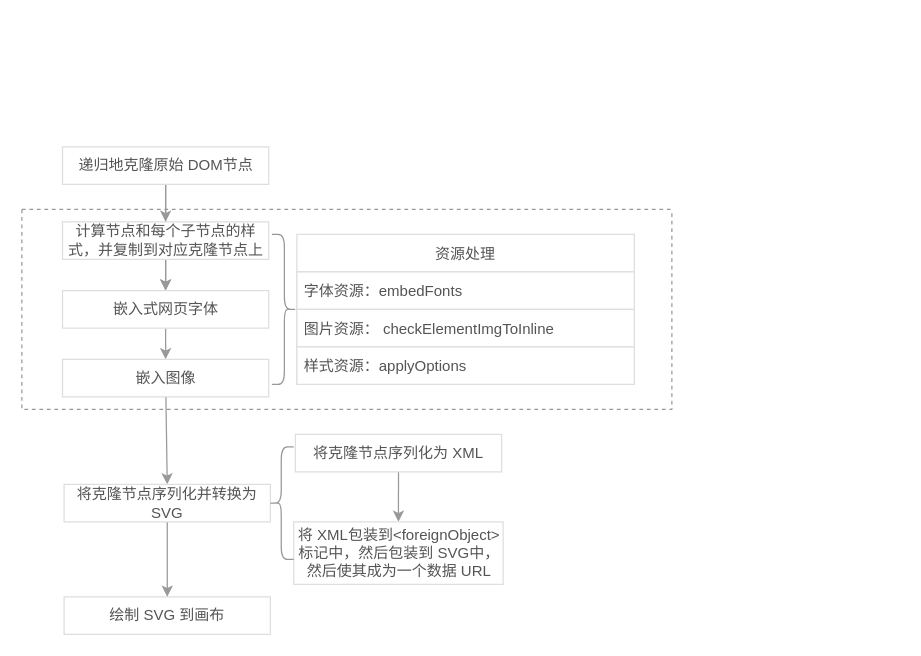
Above: flow-chart.drawio in huangjihua/ts-dom-to-image (draw.io), before the change. Source tidied: cells renumbered, new cells numbered last; positions are measured from the earlier drawing's top-left corner, leaving out a move shared by most shapes. Both pictures are drawn from the tidied source at 125%, with x=0, y=0 at pixel (21, 146).
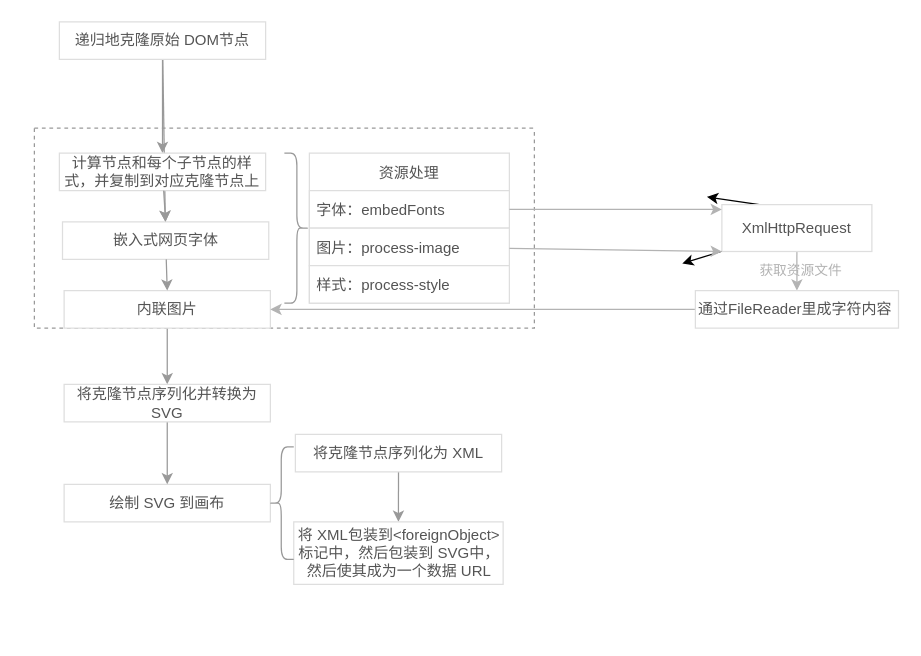
The same diagram, later.

Commit message:
fix： 更新flow-chart

Diff of the diagram source:
```diff
@@
     <mxCell id="4" value="递归地克隆原始 DOM节点" style="rounded=0;whiteSpace=wrap;fillColor=#FFFFFF;strokeColor=#DEDEDE;fontColor=#545454;shadow=0;gradientColor=none;imageAspect=1;" parent="1" vertex="1">
-      <mxGeometry x="32.5" width="165" height="30" as="geometry" />
+      <mxGeometry x="30" y="-100" width="165" height="30" as="geometry" />
     </mxCell>
-    <mxCell id="5" style="edgeStyle=none;html=1;strokeColor=#999999;entryX=0.5;entryY=0;entryDx=0;entryDy=0;shadow=0;" parent="1" edge="1" source="6" target="9">
-      <mxGeometry relative="1" as="geometry" />
-    </mxCell>
-    <mxCell id="6" value="计算节点和每个子节点的样式，并复制到对应克隆节点上" style="rounded=0;whiteSpace=wrap;fillColor=#FFFFFF;strokeColor=#DEDEDE;fontColor=#545454;shadow=0;" parent="1" vertex="1">
-      <mxGeometry x="32.5" y="60" width="165" height="30" as="geometry" />
-    </mxCell>
     <mxCell id="7" value="绘制 SVG 到画布" style="rounded=0;whiteSpace=wrap;html=1;fillColor=#FFFFFF;strokeColor=#DEDEDE;fontColor=#545454;shadow=0;" parent="1" vertex="1">
-      <mxGeometry x="33.8" y="360" width="165" height="30" as="geometry" />
+      <mxGeometry x="33.8" y="270" width="165" height="30" as="geometry" />
     </mxCell>
-    <mxCell id="8" style="edgeStyle=none;html=1;strokeColor=#999999;entryX=0.5;entryY=0;entryDx=0;entryDy=0;shadow=0;" parent="1" edge="1" source="9" target="11">
-      <mxGeometry relative="1" as="geometry" />
-    </mxCell>
-    <mxCell id="9" value="嵌入式网页字体" style="rounded=0;whiteSpace=wrap;fillColor=#FFFFFF;strokeColor=#DEDEDE;fontColor=#545454;html=1;shadow=0;" parent="1" vertex="1">
-      <mxGeometry x="32.5" y="115" width="165" height="30" as="geometry" />
-    </mxCell>
@@
-    <mxCell id="11" value="嵌入图像" style="rounded=0;whiteSpace=wrap;fillColor=#FFFFFF;strokeColor=#DEDEDE;fontColor=#545454;html=1;shadow=0;" parent="1" vertex="1">
-      <mxGeometry x="32.5" y="170" width="165" height="30" as="geometry" />
-    </mxCell>
@@
     <mxCell id="13" value="将克隆节点序列化并转换为 SVG" style="rounded=0;whiteSpace=wrap;fillColor=#FFFFFF;strokeColor=#DEDEDE;fontColor=#545454;html=1;shadow=0;" parent="1" vertex="1">
-      <mxGeometry x="33.8" y="270" width="165" height="30" as="geometry" />
+      <mxGeometry x="33.8" y="190" width="165" height="30" as="geometry" />
     </mxCell>
     <mxCell id="14" style="swimlane;startSize=0;strokeColor=#999999;html=1;dashed=1;shadow=0;" parent="1" vertex="1">
-      <mxGeometry y="50" width="520" height="160" as="geometry" />
+      <mxGeometry x="10" y="-15" width="400" height="160" as="geometry" />
     </mxCell>
     <mxCell id="15" value="资源处理" style="swimlane;fontStyle=0;horizontal=1;startSize=30;fillColor=#FFFFFF;strokeColor=#DEDEDE;fontColor=#545454;shadow=0;" parent="14" vertex="1">
-      <mxGeometry x="220" y="20" width="270" height="120" as="geometry" />
+      <mxGeometry x="220" y="20" width="160" height="120" as="geometry" />
     </mxCell>
-    <mxCell id="16" value="字体资源：embedFonts" style="text;fillColor=#FFFFFF;align=left;verticalAlign=middle;spacingLeft=4;spacingRight=4;overflow=hidden;points=[[0,0.5],[1,0.5]];portConstraint=eastwest;strokeColor=#DEDEDE;fontColor=#545454;shadow=0;" parent="15" vertex="1">
-      <mxGeometry y="30" width="270" height="30" as="geometry" />
+    <mxCell id="16" value="字体：embedFonts" style="text;fillColor=#FFFFFF;align=left;verticalAlign=middle;spacingLeft=4;spacingRight=4;overflow=hidden;points=[[0,0.5],[1,0.5]];portConstraint=eastwest;strokeColor=#DEDEDE;fontColor=#545454;shadow=0;" parent="15" vertex="1">
+      <mxGeometry y="30" width="160" height="30" as="geometry" />
     </mxCell>
-    <mxCell id="17" value="图片资源： checkElementImgToInline" style="text;fillColor=#FFFFFF;align=left;verticalAlign=middle;spacingLeft=4;spacingRight=4;overflow=hidden;points=[[0,0.5],[1,0.5]];portConstraint=eastwest;strokeColor=#DEDEDE;fontColor=#545454;shadow=0;" parent="15" vertex="1">
-      <mxGeometry y="60" width="270" height="30" as="geometry" />
+    <mxCell id="17" value="图片：process-image" style="text;fillColor=#FFFFFF;align=left;verticalAlign=middle;spacingLeft=4;spacingRight=4;overflow=hidden;points=[[0,0.5],[1,0.5]];portConstraint=eastwest;strokeColor=#DEDEDE;fontColor=#545454;shadow=0;" parent="15" vertex="1">
+      <mxGeometry y="60" width="160" height="30" as="geometry" />
     </mxCell>
-    <mxCell id="18" value="样式资源：applyOptions" style="text;fillColor=#FFFFFF;align=left;verticalAlign=middle;spacingLeft=4;spacingRight=4;overflow=hidden;strokeColor=#DEDEDE;fontColor=#545454;shadow=0;" parent="15" vertex="1">
-      <mxGeometry y="90" width="270" height="30" as="geometry" />
+    <mxCell id="18" value="样式：process-style" style="text;fillColor=#FFFFFF;align=left;verticalAlign=middle;spacingLeft=4;spacingRight=4;overflow=hidden;strokeColor=#DEDEDE;fontColor=#545454;shadow=0;" parent="15" vertex="1">
+      <mxGeometry y="90" width="160" height="30" as="geometry" />
     </mxCell>
@@
+    <mxCell id="6" value="计算节点和每个子节点的样式，并复制到对应克隆节点上" style="rounded=0;whiteSpace=wrap;fillColor=#FFFFFF;strokeColor=#DEDEDE;fontColor=#545454;shadow=0;" parent="14" vertex="1">
+      <mxGeometry x="20" y="20" width="165" height="30" as="geometry" />
+    </mxCell>
+    <mxCell id="9" value="嵌入式网页字体" style="rounded=0;whiteSpace=wrap;fillColor=#FFFFFF;strokeColor=#DEDEDE;fontColor=#545454;html=1;shadow=0;" parent="14" vertex="1">
+      <mxGeometry x="22.5" y="75" width="165" height="30" as="geometry" />
+    </mxCell>
+    <mxCell id="5" style="edgeStyle=none;html=1;strokeColor=#999999;entryX=0.5;entryY=0;entryDx=0;entryDy=0;shadow=0;" parent="14" edge="1" source="6" target="9">
+      <mxGeometry relative="1" as="geometry" />
+    </mxCell>
+    <mxCell id="11" value="内联图片" style="rounded=0;whiteSpace=wrap;fillColor=#FFFFFF;strokeColor=#DEDEDE;fontColor=#545454;html=1;shadow=0;" parent="14" vertex="1">
+      <mxGeometry x="23.8" y="130" width="165" height="30" as="geometry" />
+    </mxCell>
+    <mxCell id="8" style="edgeStyle=none;html=1;strokeColor=#999999;entryX=0.5;entryY=0;entryDx=0;entryDy=0;shadow=0;" parent="14" edge="1" source="9" target="11">
+      <mxGeometry relative="1" as="geometry" />
+    </mxCell>
@@
+    <mxCell id="24" style="edgeStyle=none;html=1;" parent="1" edge="1" source="28">
+      <mxGeometry relative="1" as="geometry">
+        <mxPoint x="528.3" y="93.3" as="targetPoint" />
+      </mxGeometry>
+    </mxCell>
+    <mxCell id="25" style="edgeStyle=none;html=1;exitX=0.25;exitY=0;exitDx=0;exitDy=0;" parent="1" edge="1" source="28">
+      <mxGeometry relative="1" as="geometry">
+        <mxPoint x="548" y="40" as="targetPoint" />
+      </mxGeometry>
+    </mxCell>
+    <mxCell id="26" style="edgeStyle=none;html=1;strokeColor=#B3B3B3;entryX=0.5;entryY=0;entryDx=0;entryDy=0;" parent="1" edge="1" source="28" target="32">
+      <mxGeometry relative="1" as="geometry" />
+    </mxCell>
+    <mxCell id="27" value="获取资源文件" style="edgeLabel;html=1;align=center;verticalAlign=middle;labelBackgroundColor=none;fontColor=#B3B3B3;" parent="26" vertex="1">
+      <mxGeometry x="-0.05" y="2" relative="1" as="geometry" />
+    </mxCell>
+    <mxCell id="28" value="XmlHttpRequest" style="rounded=0;whiteSpace=wrap;fillColor=#FFFFFF;strokeColor=#DEDEDE;fontColor=#545454;shadow=0;gradientColor=none;imageAspect=1;" parent="1" vertex="1">
+      <mxGeometry x="560" y="46.2" width="120" height="37.5" as="geometry" />
+    </mxCell>
+    <mxCell id="29" style="edgeStyle=none;html=1;strokeColor=#B3B3B3;" parent="1" edge="1" source="16">
+      <mxGeometry relative="1" as="geometry">
+        <mxPoint x="560" y="50" as="targetPoint" />
+      </mxGeometry>
+    </mxCell>
+    <mxCell id="30" style="edgeStyle=none;html=1;entryX=0;entryY=1;entryDx=0;entryDy=0;strokeColor=#B3B3B3;" parent="1" edge="1" source="17" target="28">
+      <mxGeometry relative="1" as="geometry" />
+    </mxCell>
+    <mxCell id="31" style="edgeStyle=none;html=1;fontColor=#B3B3B3;strokeColor=#B3B3B3;" parent="1" edge="1" source="32" target="11">
+      <mxGeometry relative="1" as="geometry" />
+    </mxCell>
+    <mxCell id="32" value="通过FileReader里成字符内容 " style="rounded=0;whiteSpace=wrap;fillColor=#FFFFFF;strokeColor=#DEDEDE;fontColor=#545454;shadow=0;gradientColor=none;imageAspect=1;" parent="1" vertex="1">
+      <mxGeometry x="538.8" y="115" width="162.5" height="30" as="geometry" />
+    </mxCell>
```
